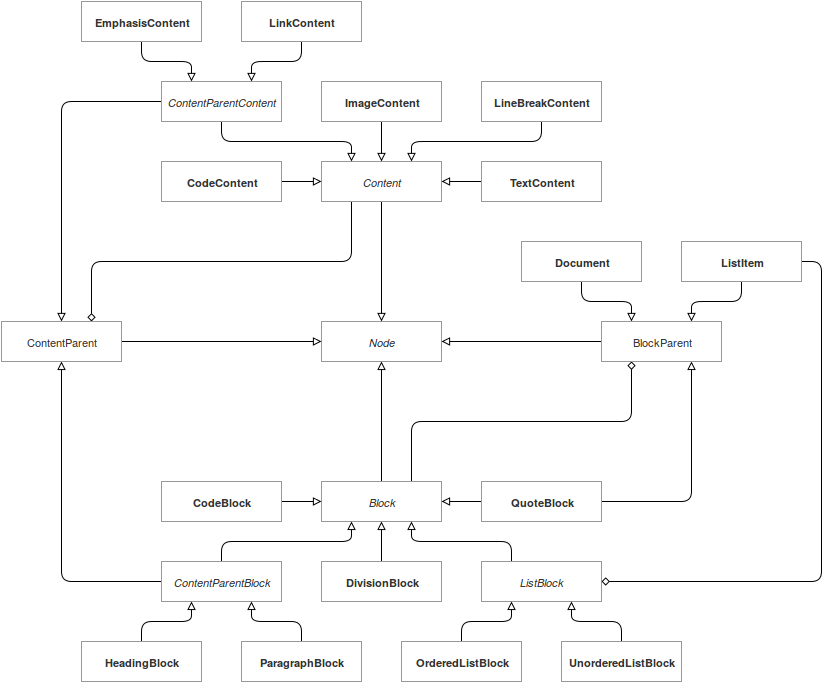
markdom/specification keeps this draw.io diagram as 1.0/resource/markdom-nodes.png. Above is the earlier version. Source tidied: cells renumbered, new cells last; positions are measured from the earlier drawing's top-left corner, leaving out a move shared by most shapes.
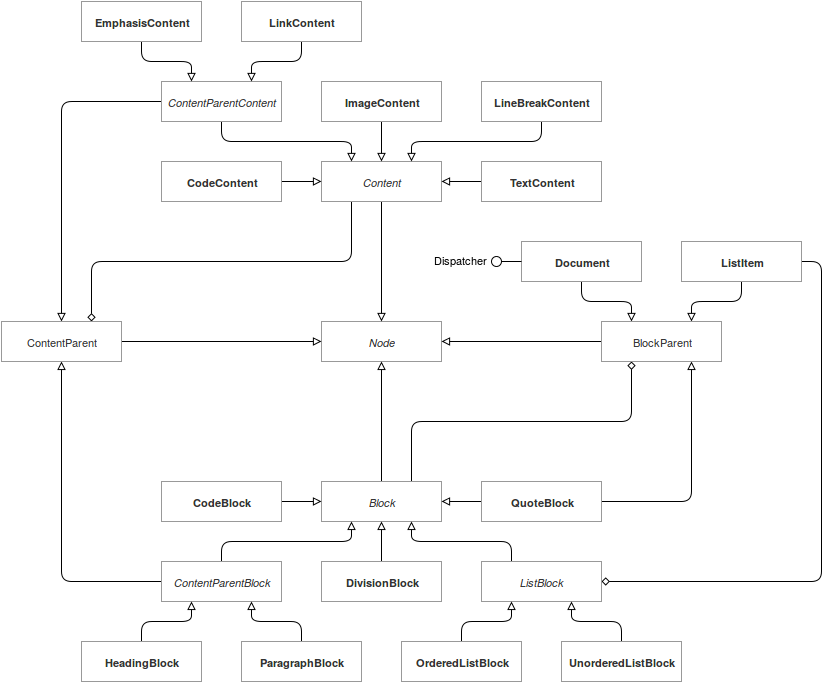
Above is the later version.

What changed in the source:
```diff
@@ -165,5 +165,11 @@
     <mxCell id="52" value="BlockParent" style="whiteSpace=wrap;html=1;strokeColor=#999999;fillColor=#ffffff;fontColor=#333333;fontSize=11;" parent="1" vertex="1">
       <mxGeometry x="600" y="320" width="120" height="40" as="geometry" />
     </mxCell>
+    <mxCell id="53" style="shape=lollipop;direction=south;html=1;strokeColor=#000000;strokeWidth=1;fillColor=#ffffff;fontSize=10;fontColor=#000000;align=center;flipV=1;flipH=1;" parent="1" vertex="1">
+      <mxGeometry x="490" y="255" width="30" height="10" as="geometry" />
+    </mxCell>
+    <mxCell id="54" value="&lt;font style=&quot;font-size: 11px&quot;&gt;Dispatcher&lt;/font&gt;" style="text;html=1;strokeColor=none;fillColor=none;align=center;verticalAlign=middle;whiteSpace=wrap;overflow=hidden;fontSize=10;fontColor=#000000;" parent="1" vertex="1">
+      <mxGeometry x="423" y="238" width="70" height="40" as="geometry" />
+    </mxCell>
   </root>
 </mxGraphModel>
```
